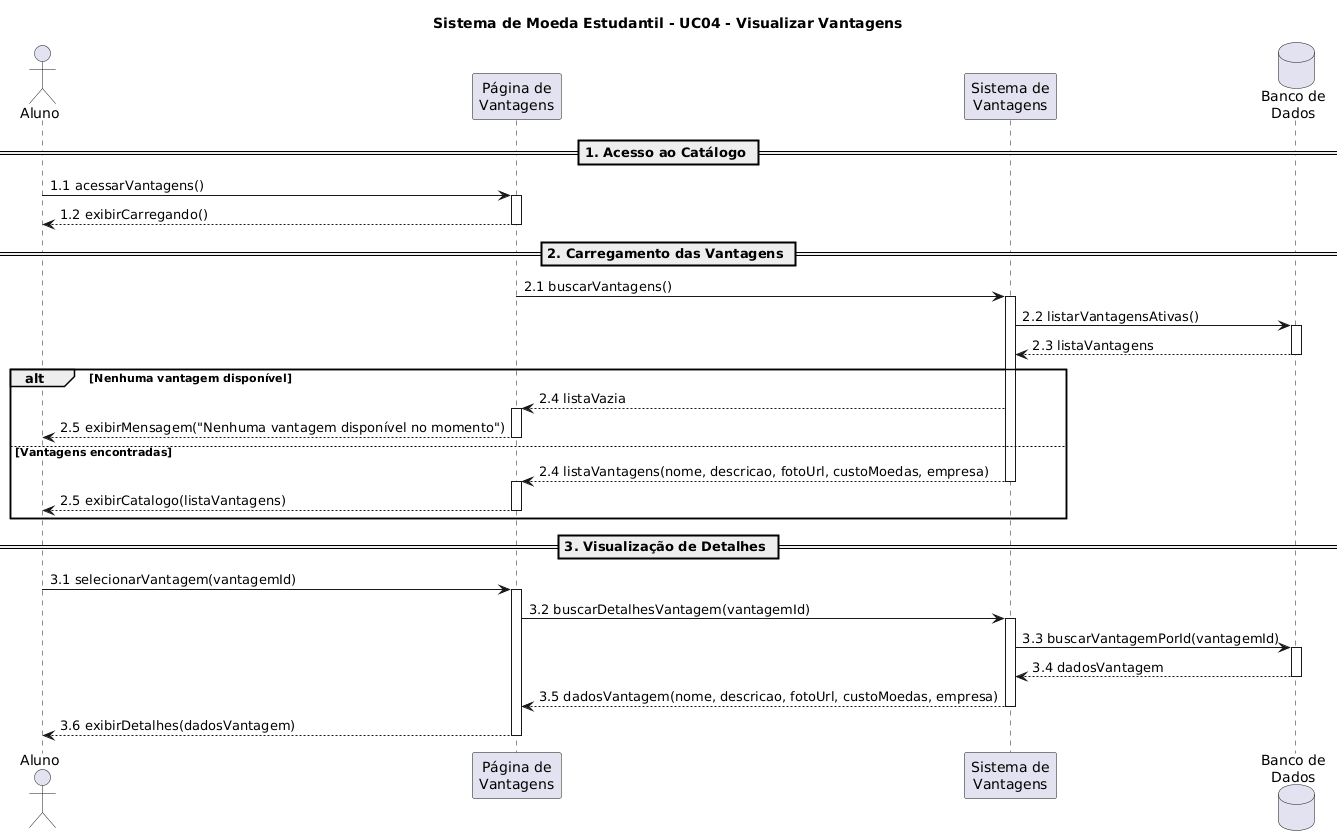
This is docs/diagramas/Diagrama-de-sequencia/UC04/UC04-VisualizarVantagens.png from LauraPontara/lab-sistema-moeda-estudantil, a PlantUML export, as it was before one commit. Source of this version:
```plantuml
@startuml
title Sistema de Moeda Estudantil - UC04 - Visualizar Vantagens

actor "Aluno" as A
participant "Página de\nVantagens" as PV
participant "Sistema de\nVantagens" as SV
database "Banco de\nDados" as BD

== 1. Acesso ao Catálogo ==

A -> PV: 1.1 acessarVantagens()
activate PV
PV --> A: 1.2 exibirCarregando()
deactivate PV

== 2. Carregamento das Vantagens ==

PV -> SV: 2.1 buscarVantagens()
activate SV
SV -> BD: 2.2 listarVantagensAtivas()
activate BD
BD --> SV: 2.3 listaVantagens
deactivate BD

alt Nenhuma vantagem disponível
    SV --> PV: 2.4 listaVazia
    activate PV
    PV --> A: 2.5 exibirMensagem("Nenhuma vantagem disponível no momento")
    deactivate PV

else Vantagens encontradas
    SV --> PV: 2.4 listaVantagens(nome, descricao, fotoUrl, custoMoedas, empresa)
    deactivate SV
    activate PV
    PV --> A: 2.5 exibirCatalogo(listaVantagens)
    deactivate PV
end


== 3. Visualização de Detalhes ==

A -> PV: 3.1 selecionarVantagem(vantagemId)
activate PV
PV -> SV: 3.2 buscarDetalhesVantagem(vantagemId)
activate SV
SV -> BD: 3.3 buscarVantagemPorId(vantagemId)
activate BD
BD --> SV: 3.4 dadosVantagem
deactivate BD
SV --> PV: 3.5 dadosVantagem(nome, descricao, fotoUrl, custoMoedas, empresa)
deactivate SV
PV --> A: 3.6 exibirDetalhes(dadosVantagem)
deactivate PV
@enduml
```
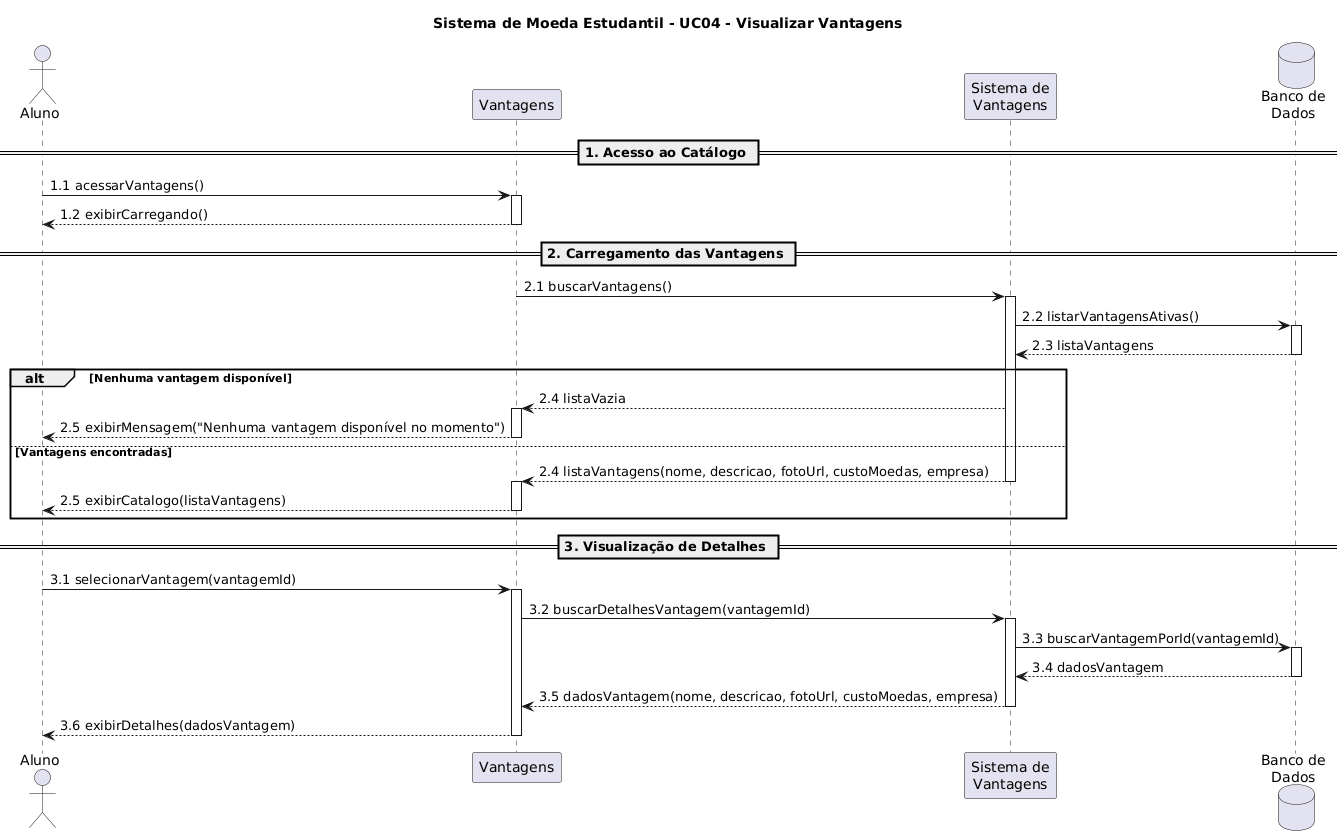
Later version of the same file.

Diff of the diagram source:
```diff
@@ -2,7 +2,7 @@
 title Sistema de Moeda Estudantil - UC04 - Visualizar Vantagens
 
 actor "Aluno" as A
-participant "Página de\nVantagens" as PV
+participant "Vantagens" as PV
 participant "Sistema de\nVantagens" as SV
 database "Banco de\nDados" as BD
 
```
